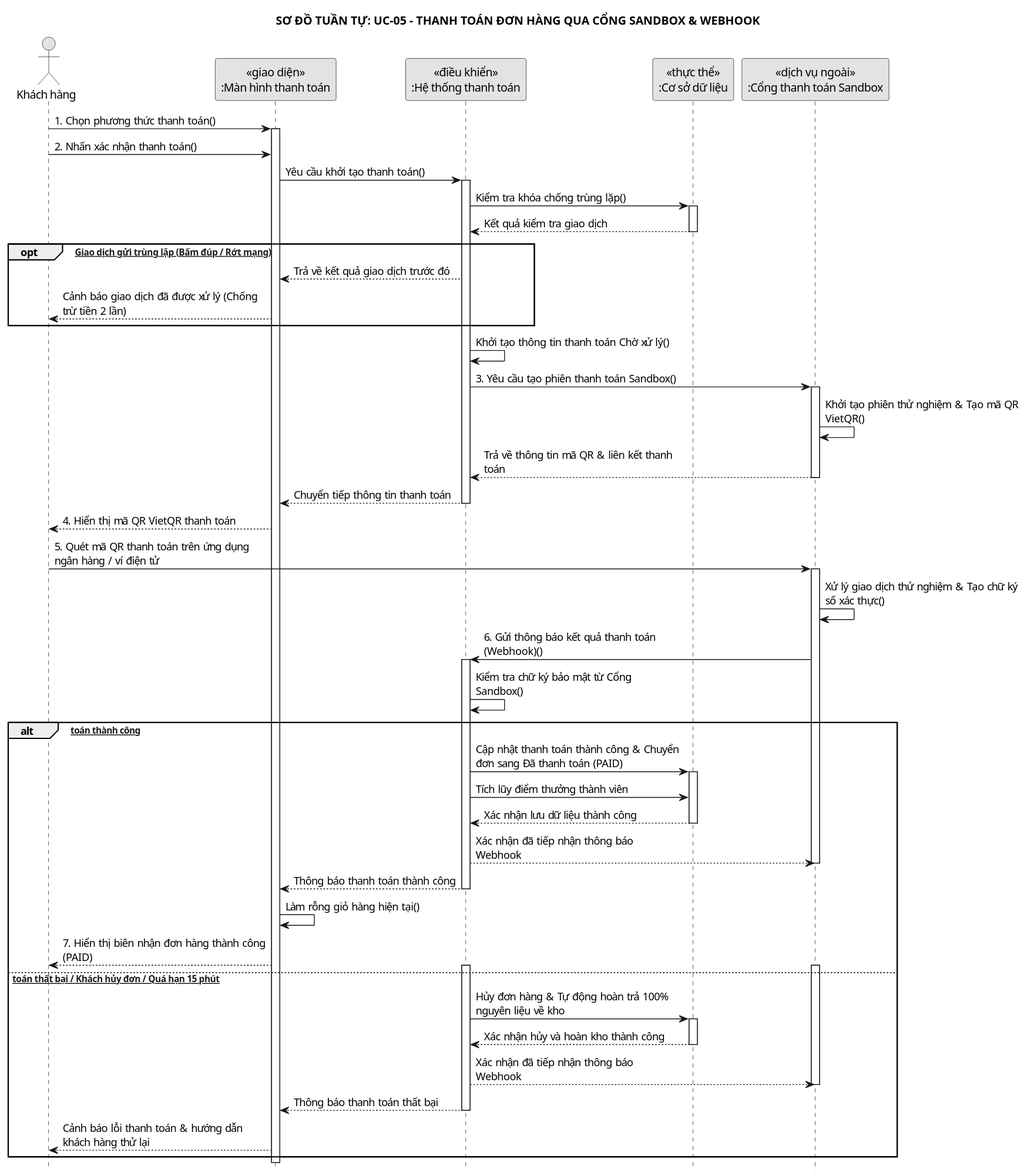
The PlantUML diagram docs/diagrams/sequence-05-payment.svg in SamuiSang/brewlite2, before a commit.
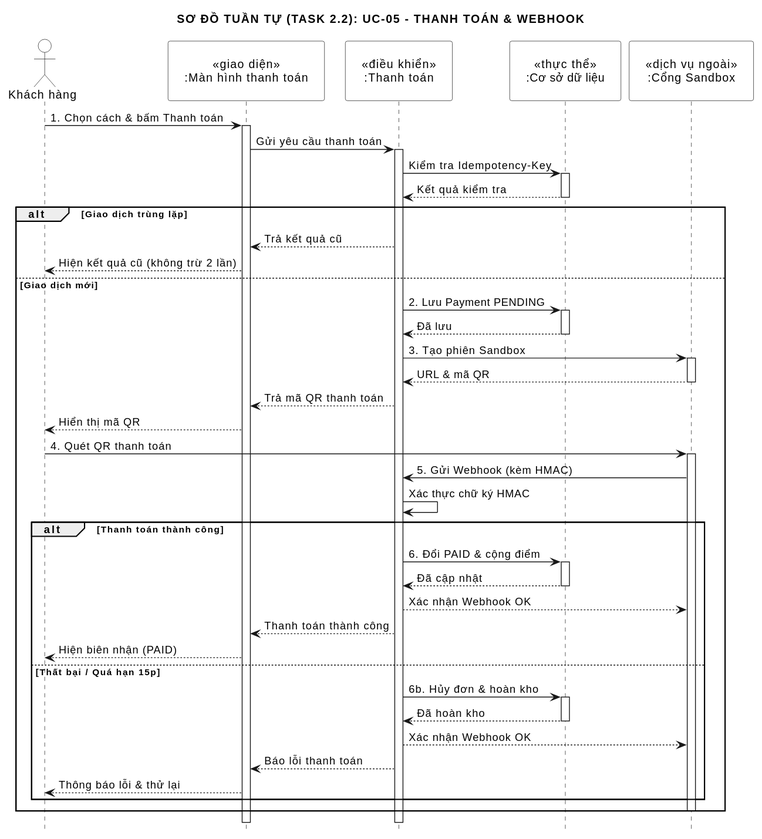
The same file after the commit.

Commit message:
docs(diagrams): simplify sequence-05-payment

Diff of the diagram source:
```diff
@@ -1,94 +1,74 @@
 @startuml
 skinparam monochrome true
 skinparam shadowing false
+skinparam defaultFontName SansSerif
 skinparam backgroundColor white
-skinparam defaultFontName "Segoe UI", "Arial", sans-serif
+skinparam sequenceParticipantBackgroundColor white
+skinparam actorBackgroundColor white
+<style>
+participant {
+  Padding 20
+}
+</style>
+hide footbox
+title SƠ ĐỒ TUẦN TỰ (TASK 2.2): UC-05 - THANH TOÁN & WEBHOOK
 
-hide footbox
-skinparam sequenceMessageAlign left
-skinparam responseMessageBelowArrow true
-skinparam maxMessageSize 250
+actor "Khách hàng" as C
+participant "«giao diện»\n:Màn hình thanh toán" as UI
+participant "«điều khiển»\n:Thanh toán" as Pay
+participant "«thực thể»\n:Cơ sở dữ liệu" as DB
+participant "«dịch vụ ngoài»\n:Cổng Sandbox" as GW
 
-title SƠ ĐỒ TUẦN TỰ: UC-05 - THANH TOÁN ĐƠN HÀNG QUA CỔNG SANDBOX & WEBHOOK
-
-actor "Khách hàng" as Customer
-participant "«giao diện»\n:Màn hình thanh toán" as UI
-participant "«điều khiển»\n:Hệ thống thanh toán" as Service
-participant "«thực thể»\n:Cơ sở dữ liệu" as DB
-participant "«dịch vụ ngoài»\n:Cổng thanh toán Sandbox" as Gateway
-
-Customer -> UI: 1. Chọn phương thức thanh toán()
+C -> UI: 1. Chọn cách & bấm Thanh toán
 activate UI
-
-Customer -> UI: 2. Nhấn xác nhận thanh toán()
-UI -> Service: Yêu cầu khởi tạo thanh toán()
-activate Service
-
-Service -> DB: Kiểm tra khóa chống trùng lặp()
+UI -> Pay: Gửi yêu cầu thanh toán
+activate Pay
+Pay -> DB: Kiểm tra Idempotency-Key
 activate DB
-DB --> Service: Kết quả kiểm tra giao dịch
+DB --> Pay: Kết quả kiểm tra
 deactivate DB
 
-opt [2a: Giao dịch gửi trùng lặp (Bấm đúp / Rớt mạng)]
-    Service --> UI: Trả về kết quả giao dịch trước đó
-    UI --> Customer: Cảnh báo giao dịch đã được xử lý (Chống trừ tiền 2 lần)
+alt Giao dịch trùng lặp
+  Pay --> UI: Trả kết quả cũ
+  UI --> C: Hiện kết quả cũ (không trừ 2 lần)
+else Giao dịch mới
+  Pay -> DB: 2. Lưu Payment PENDING
+  activate DB
+  DB --> Pay: Đã lưu
+  deactivate DB
+
+  Pay -> GW: 3. Tạo phiên Sandbox
+  activate GW
+  GW --> Pay: URL & mã QR
+  deactivate GW
+  Pay --> UI: Trả mã QR thanh toán
+  UI --> C: Hiển thị mã QR
+
+  C -> GW: 4. Quét QR thanh toán
+  activate GW
+  GW -> Pay: 5. Gửi Webhook (kèm HMAC)
+  Pay -> Pay: Xác thực chữ ký HMAC
+
+  alt Thanh toán thành công
+    Pay -> DB: 6. Đổi PAID & cộng điểm
+    activate DB
+    DB --> Pay: Đã cập nhật
+    deactivate DB
+    Pay --> GW: Xác nhận Webhook OK
+    Pay --> UI: Thanh toán thành công
+    UI --> C: Hiện biên nhận (PAID)
+  else Thất bại / Quá hạn 15p
+    Pay -> DB: 6b. Hủy đơn & hoàn kho
+    activate DB
+    DB --> Pay: Đã hoàn kho
+    deactivate DB
+    Pay --> GW: Xác nhận Webhook OK
+    Pay --> UI: Báo lỗi thanh toán
+    UI --> C: Thông báo lỗi & thử lại
+  end
+  deactivate GW
 end
 
-Service -> Service: Khởi tạo thông tin thanh toán Chờ xử lý()
-
-Service -> Gateway: 3. Yêu cầu tạo phiên thanh toán Sandbox()
-activate Gateway
-
-Gateway -> Gateway: Khởi tạo phiên thử nghiệm & Tạo mã QR VietQR()
-Gateway --> Service: Trả về thông tin mã QR & liên kết thanh toán
-deactivate Gateway
-
-Service --> UI: Chuyển tiếp thông tin thanh toán
-deactivate Service
-
-UI --> Customer: 4. Hiển thị mã QR VietQR thanh toán
-
-Customer -> Gateway: 5. Quét mã QR thanh toán trên ứng dụng ngân hàng / ví điện tử
-activate Gateway
-
-Gateway -> Gateway: Xử lý giao dịch thử nghiệm & Tạo chữ ký số xác thực()
-Gateway -> Service: 6. Gửi thông báo kết quả thanh toán (Webhook)()
-activate Service
-
-Service -> Service: Kiểm tra chữ ký bảo mật từ Cổng Sandbox()
-
-alt [Thanh toán thành công]
-    Service -> DB: Cập nhật thanh toán thành công & Chuyển đơn sang Đã thanh toán (PAID)
-    activate DB
-    Service -> DB: Tích lũy điểm thưởng thành viên
-    DB --> Service: Xác nhận lưu dữ liệu thành công
-    deactivate DB
-
-    Service --> Gateway: Xác nhận đã tiếp nhận thông báo Webhook
-    deactivate Gateway
-
-    Service --> UI: Thông báo thanh toán thành công
-    deactivate Service
-
-    UI -> UI: Làm rỗng giỏ hàng hiện tại()
-    UI --> Customer: 7. Hiển thị biên nhận đơn hàng thành công (PAID)
-
-else [Thanh toán thất bại / Khách hủy đơn / Quá hạn 15 phút]
-    activate Service
-    activate Gateway
-    Service -> DB: Hủy đơn hàng & Tự động hoàn trả 100% nguyên liệu về kho
-    activate DB
-    DB --> Service: Xác nhận hủy và hoàn kho thành công
-    deactivate DB
-
-    Service --> Gateway: Xác nhận đã tiếp nhận thông báo Webhook
-    deactivate Gateway
-
-    Service --> UI: Thông báo thanh toán thất bại
-    deactivate Service
-
-    UI --> Customer: Cảnh báo lỗi thanh toán & hướng dẫn khách hàng thử lại
-end
-
+deactivate Pay
 deactivate UI
 @enduml
```
